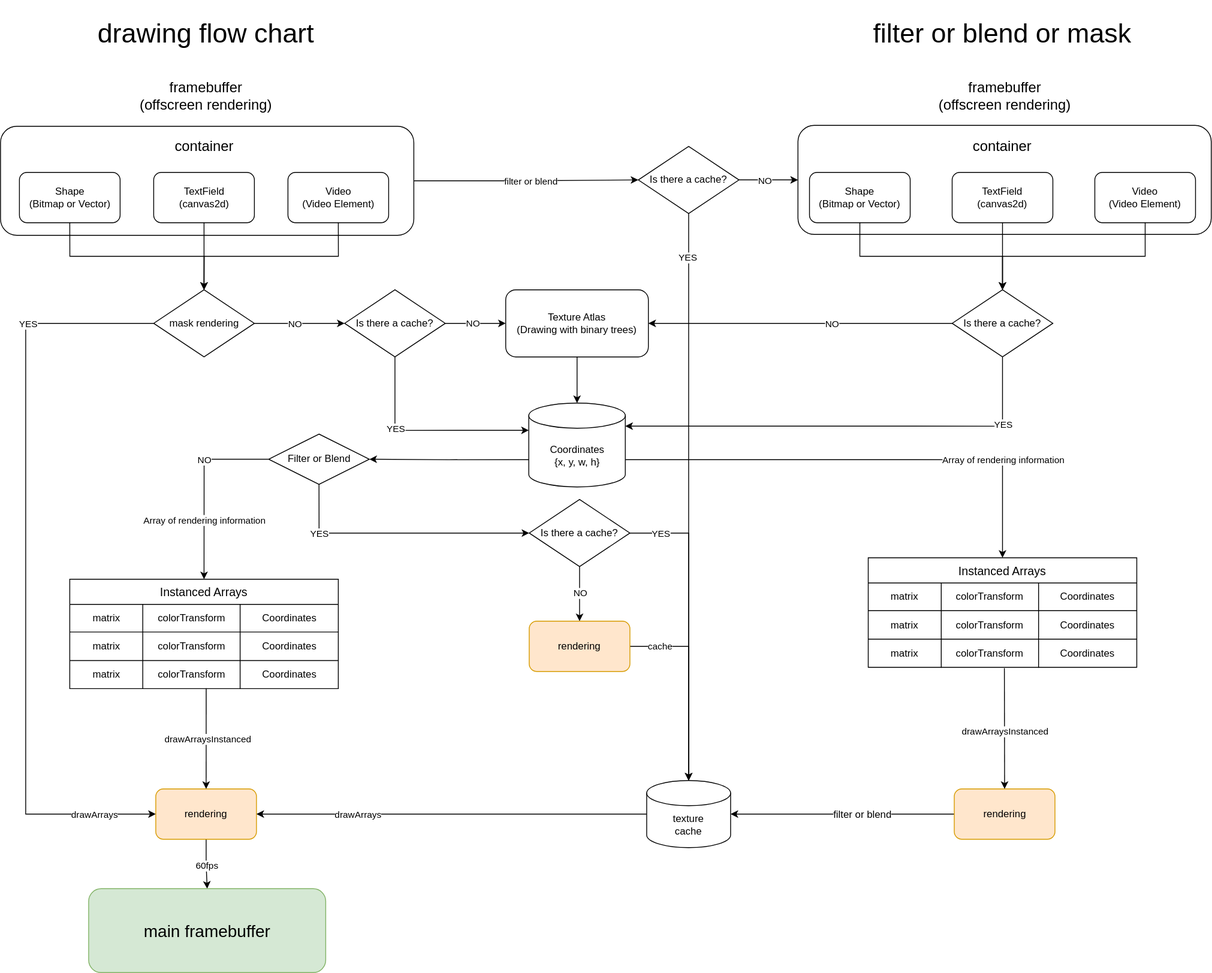
Next2D/player keeps this draw.io diagram as drawing_flow_chart.svg. Above is the earlier version. Source tidied: cells renumbered, new cells last; positions are measured from the earlier drawing's top-left corner, leaving out a move shared by most shapes.
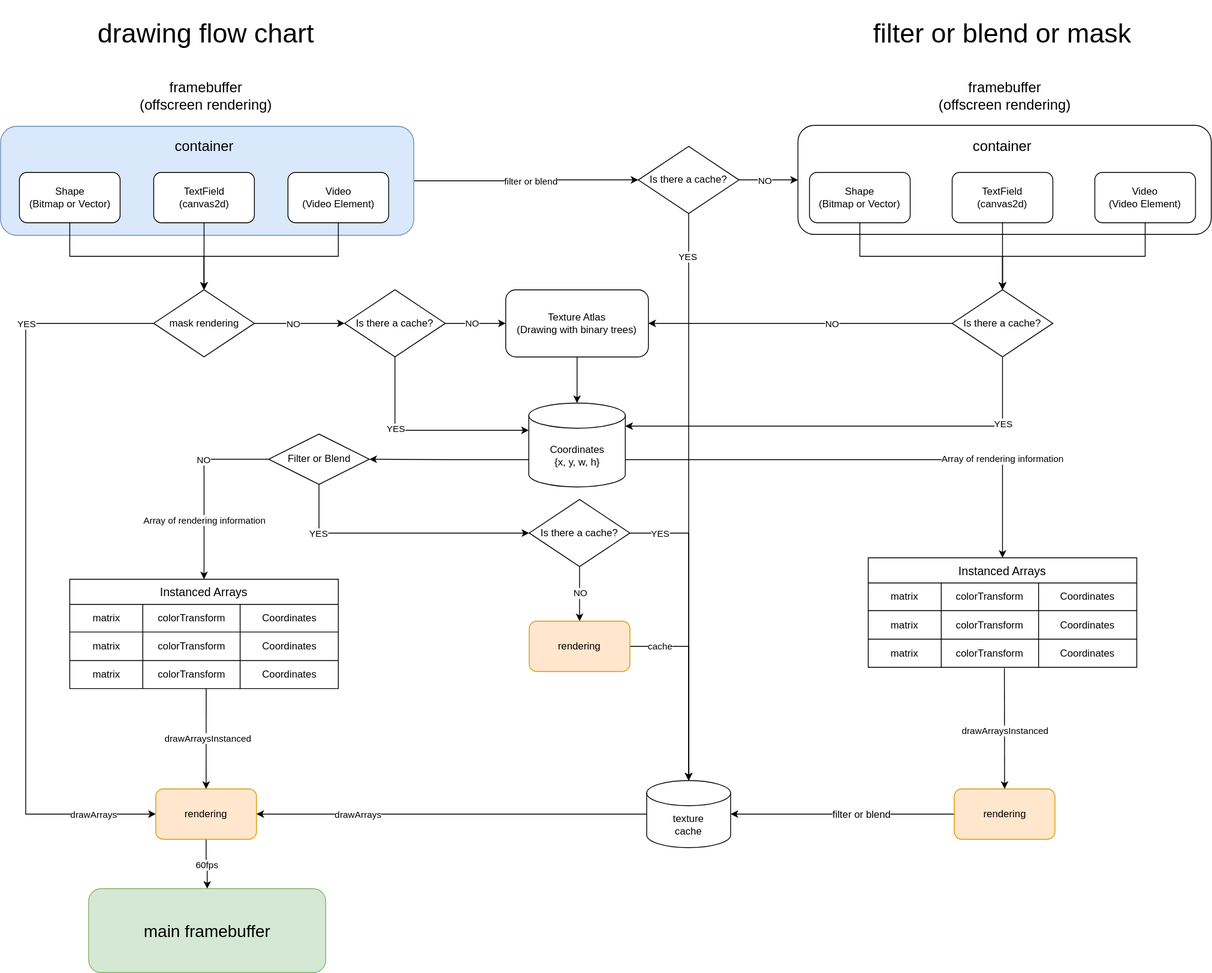
The same diagram one commit later.

Diff of the diagram source:
```diff
@@ -19,7 +19,7 @@
         <mxPoint x="58" y="2" as="offset" />
       </mxGeometry>
     </mxCell>
-    <mxCell id="7" style="rounded=1;whiteSpace=wrap;html=1;" parent="1" vertex="1">
+    <mxCell id="7" style="rounded=1;whiteSpace=wrap;html=1;fillColor=#dae8fc;strokeColor=#6c8ebf;" parent="1" vertex="1">
       <mxGeometry y="150" width="492.5" height="130" as="geometry" />
     </mxCell>
     <mxCell id="8" style="edgeStyle=orthogonalEdgeStyle;rounded=0;jettySize=auto;html=1;exitX=0.5;exitY=1;exitDx=0;exitDy=0;entryX=0.5;entryY=0;entryDx=0;entryDy=0;" parent="1" edge="1" source="9" target="104">
```
